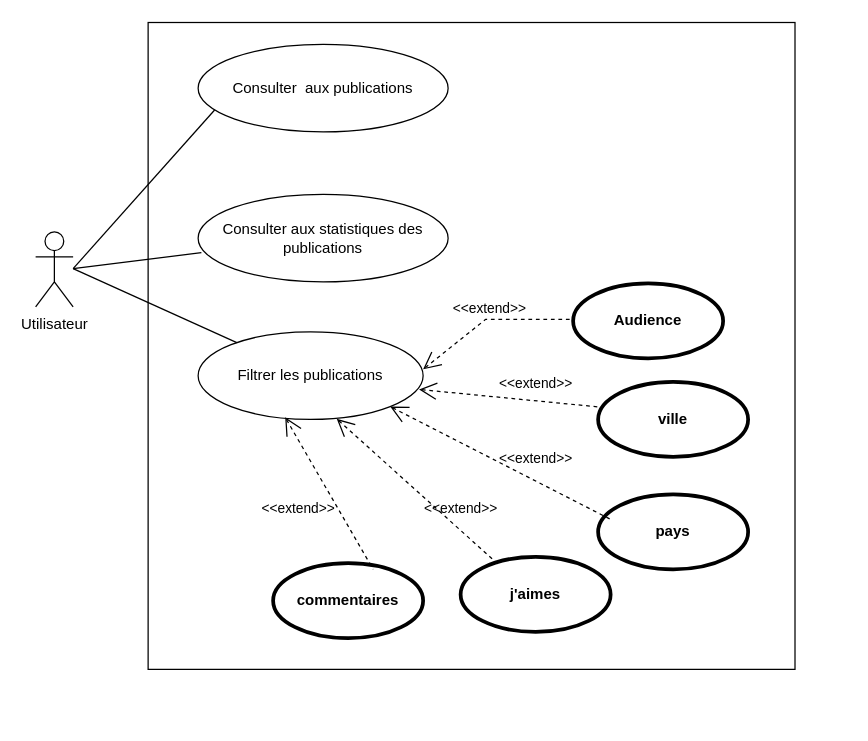
This is usecase.drawio from Marouane19/usecase, a draw.io file, before an edit. Source tidied: cells renumbered, new cells numbered last; positions are measured from the earlier drawing's top-left corner, leaving out a move shared by most shapes. Both pictures are drawn from the tidied source at 125%, with x=0, y=0 at pixel (35, 21).
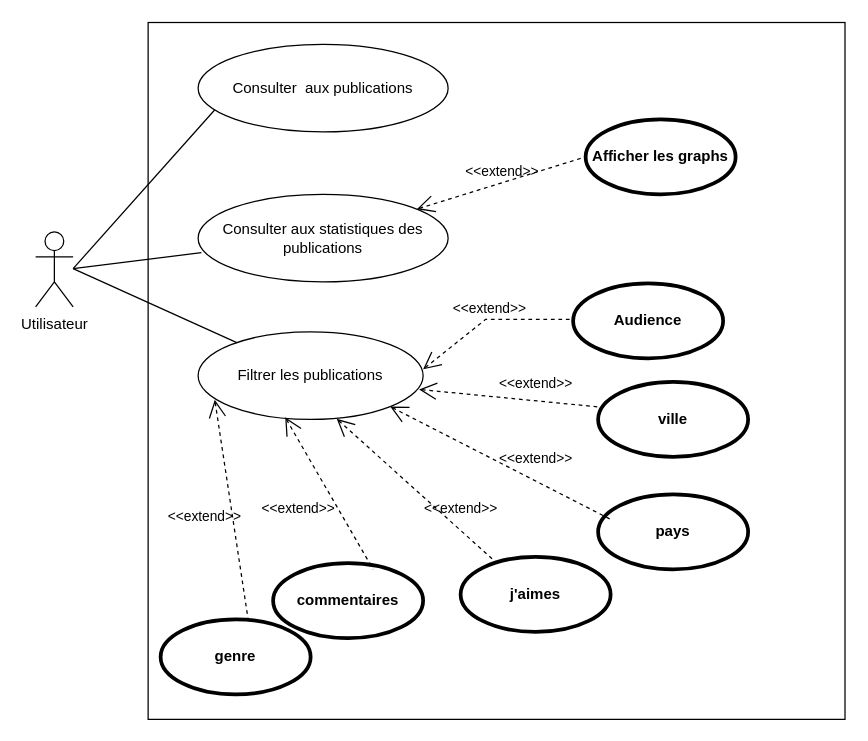
Above is the later version.

The change refers to these unchanged cells:
```xml
<mxCell id="4" value="Filtrer les publications" style="ellipse;whiteSpace=wrap;html=1;" parent="1" vertex="1">
  <mxGeometry x="130" y="248" width="180" height="70" as="geometry" />
</mxCell>
<mxCell id="5" value="Consulter aux statistiques des publications" style="ellipse;whiteSpace=wrap;html=1;" parent="1" vertex="1">
  <mxGeometry x="130" y="138" width="200" height="70" as="geometry" />
</mxCell>
```

Change to the diagram source:
```diff
@@
     <mxCell id="2" style="whiteSpace=wrap;html=1;" parent="1" vertex="1">
-      <mxGeometry x="90" y="0.5" width="517.5" height="517.5" as="geometry" />
+      <mxGeometry x="90" y="0.5" width="557.5" height="557.5" as="geometry" />
     </mxCell>
@@
+    <mxCell id="20" value="genre" style="shape=ellipse;html=1;strokeWidth=3;fontStyle=1;whiteSpace=wrap;align=center;perimeter=ellipsePerimeter;" parent="1" vertex="1">
+      <mxGeometry x="100" y="478" width="120" height="60" as="geometry" />
+    </mxCell>
+    <mxCell id="21" value="&amp;lt;&amp;lt;extend&amp;gt;&amp;gt;" style="edgeStyle=none;html=1;startArrow=open;endArrow=none;startSize=12;verticalAlign=bottom;dashed=1;labelBackgroundColor=none;rounded=0;exitX=0.074;exitY=0.776;exitDx=0;exitDy=0;exitPerimeter=0;" parent="1" edge="1" source="4">
+      <mxGeometry x="0.13" y="-24" relative="1" as="geometry">
+        <mxPoint x="170" y="478" as="targetPoint" />
+      </mxGeometry>
+    </mxCell>
+    <mxCell id="22" value="Afficher les graphs" style="shape=ellipse;html=1;strokeWidth=3;fontStyle=1;whiteSpace=wrap;align=center;perimeter=ellipsePerimeter;" parent="1" vertex="1">
+      <mxGeometry x="440" y="78" width="120" height="60" as="geometry" />
+    </mxCell>
+    <mxCell id="23" value="&amp;lt;&amp;lt;extend&amp;gt;&amp;gt;" style="edgeStyle=none;html=1;startArrow=open;endArrow=none;startSize=12;verticalAlign=bottom;dashed=1;labelBackgroundColor=none;rounded=0;" parent="1" edge="1" source="5">
+      <mxGeometry relative="1" as="geometry">
+        <mxPoint x="440" y="108" as="targetPoint" />
+      </mxGeometry>
+    </mxCell>
```
